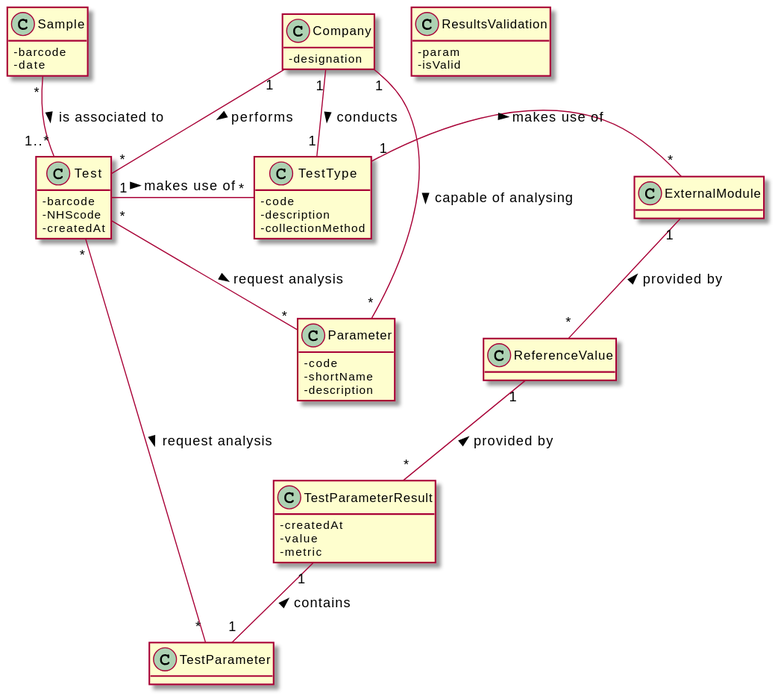
Earlier version of the PlantUML export docs/SprintC/US_12/US12-DM-v2.svg (RuiRioPina/LAPR2-20-21). The source it was exported from:
```plantuml
@startuml
hide methods
skinparam classAttributeIconSize 0

class Company {
-designation
}


class ReferenceValue {

}

class TestParameterResult {
  -createdAt
  -value
  -metric
}

class TestParameter {

}

class Parameter {
  -code
  -shortName
  -description
}


class Test {
  -barcode
  -NHScode
  -createdAt
}

class TestType {
  -code
  -description
  -collectionMethod

}

class Sample {
-barcode
-date
}

class ExternalModule {

}

class ResultsValidation {
-param
-isValid
}

Company "1" -d- "*" Test :> performs
Company "1" -d- "1" TestType :> conducts
Company "1" -d- "*" Parameter :> capable of analysing
Test "1" -r- "*" TestType :> makes use of
Test "*" -d- "*" TestParameter :> request analysis
Test "*" -d- "*" Parameter :> request analysis
TestType "1" -r- "*" ExternalModule :> makes use of
ReferenceValue "*" -u- "1" ExternalModule :> provided by
TestParameter "1" -u- "1" TestParameterResult:> contains
TestParameterResult "*" -u- "1" ReferenceValue:> provided by
Sample "*" -- "1..*" Test: is associated to >
@enduml
```
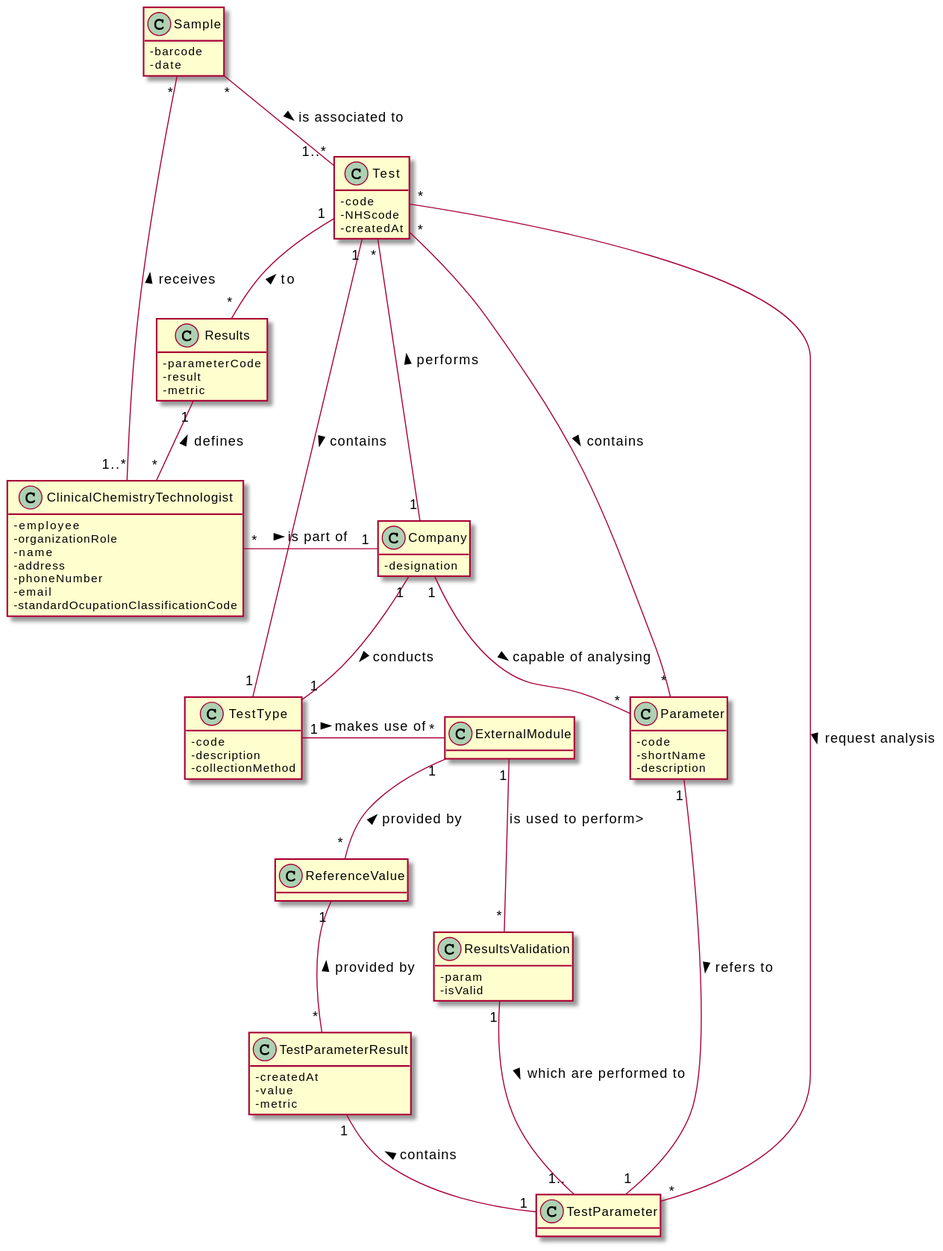
The same diagram one commit later.

Diff of the diagram source:
```diff
@@ -29,10 +29,21 @@
 
 
 class Test {
-  -barcode
+  -code
   -NHScode
   -createdAt
 }
+
+class ClinicalChemistryTechnologist {
+  -employee
+  -organizationRole
+  -name
+  -address
+  -phoneNumber
+  -email
+  -standardOcupationClassificationCode
+}
+
 
 class TestType {
   -code
@@ -55,15 +66,28 @@
 -isValid
 }
 
+class Results {
+-parameterCode
+-result
+-metric
+}
+
 Company "1" -d- "*" Test :> performs
 Company "1" -d- "1" TestType :> conducts
 Company "1" -d- "*" Parameter :> capable of analysing
-Test "1" -r- "*" TestType :> makes use of
+Test "1" -r- "1" TestType :> contains
 Test "*" -d- "*" TestParameter :> request analysis
-Test "*" -d- "*" Parameter :> request analysis
+Test "*" -d- "*" Parameter :> contains
 TestType "1" -r- "*" ExternalModule :> makes use of
 ReferenceValue "*" -u- "1" ExternalModule :> provided by
 TestParameter "1" -u- "1" TestParameterResult:> contains
 TestParameterResult "*" -u- "1" ReferenceValue:> provided by
+ClinicalChemistryTechnologist "*" -r- "1" Company :> is part of
+ClinicalChemistryTechnologist "*" -u- "1" Results :> defines
+ClinicalChemistryTechnologist "1..*" -u- "*" Sample :> receives
+Results "*" -u- "1" Test :> to
 Sample "*" -- "1..*" Test: is associated to >
+Parameter"1" -- "1" TestParameter: refers to >
+ResultsValidation "1" -- "1.." TestParameter: which are performed to >
+ExternalModule "1" -- "*" ResultsValidation : is used to perform>
 @enduml
```
